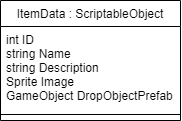
Earlier version of the draw.io export 제목 없는 다이어그램.drawio.png (hae-seung/ddolking). Source tidied: cells renumbered, new cells last; positions are measured from the earlier drawing's top-left corner, leaving out a move shared by most shapes.
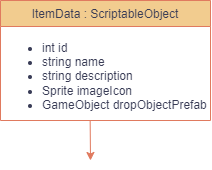
Later version of the same file.

Commit message:
제목 없는 다이어그램.drawio.png 업데이트

Diff of the diagram source:
```diff
@@ -2,14 +2,17 @@
   <root>
     <mxCell id="0" />
     <mxCell id="1" parent="0" />
-    <mxCell id="2" value="ItemData : ScriptableObject" style="swimlane;fontStyle=0;align=center;verticalAlign=top;horizontal=1;startSize=26;rounded=0;shadow=0;strokeWidth=1;" parent="1" vertex="1">
-      <mxGeometry width="180" height="120" as="geometry" />
+    <mxCell id="2" value="ItemData : ScriptableObject" style="swimlane;fontStyle=0;align=center;verticalAlign=top;horizontal=1;startSize=26;rounded=0;shadow=0;strokeWidth=1;labelBackgroundColor=none;fillColor=#F2CC8F;strokeColor=#E07A5F;fontColor=#393C56;" parent="1" vertex="1">
+      <mxGeometry width="210" height="120" as="geometry" />
     </mxCell>
-    <mxCell id="3" value="int ID&#10;string Name&#10;string Description&#10;Sprite Image&#10;GameObject DropObjectPrefab" style="text;align=left;verticalAlign=top;spacingLeft=4;spacingRight=4;overflow=hidden;" parent="2" vertex="1">
-      <mxGeometry y="26" width="180" height="84" as="geometry" />
-    </mxCell>
-    <mxCell id="4" style="line;html=1;strokeWidth=1;align=left;verticalAlign=middle;spacingTop=-1;spacingLeft=3;spacingRight=3;labelPosition=right;" parent="2" vertex="1">
-      <mxGeometry y="110" width="180" height="8" as="geometry" />
-    </mxCell>
+    <mxCell id="5" value="&lt;ul&gt;&lt;li&gt;&lt;span style=&quot;text-wrap: nowrap;&quot;&gt;int id&lt;/span&gt;&lt;br&gt;&lt;/li&gt;&lt;li&gt;&lt;span style=&quot;text-wrap: nowrap;&quot;&gt;string name&lt;br&gt;&lt;/span&gt;&lt;/li&gt;&lt;li&gt;&lt;span style=&quot;text-wrap: nowrap;&quot;&gt;string description&lt;br&gt;&lt;/span&gt;&lt;/li&gt;&lt;li&gt;&lt;span style=&quot;text-wrap: nowrap;&quot;&gt;Sprite imageIcon&lt;br&gt;&lt;/span&gt;&lt;/li&gt;&lt;li&gt;&lt;span style=&quot;text-wrap: nowrap;&quot;&gt;GameObject dropObjectPrefab&lt;br&gt;&lt;/span&gt;&lt;/li&gt;&lt;/ul&gt;" style="text;strokeColor=none;fillColor=none;html=1;whiteSpace=wrap;verticalAlign=middle;overflow=hidden;fontColor=#393C56;" parent="2" vertex="1">
+      <mxGeometry y="26" width="210" height="94" as="geometry" />
+    </mxCell>
+    <mxCell id="6" style="endArrow=classic;html=1;rounded=0;labelBackgroundColor=none;fontColor=default;strokeColor=#E07A5F;" parent="1" edge="1">
+      <mxGeometry relative="1" as="geometry">
+        <mxPoint x="89.7" y="120" as="sourcePoint" />
+        <mxPoint x="90" y="160" as="targetPoint" />
+      </mxGeometry>
+    </mxCell>
   </root>
 </mxGraphModel>
```
